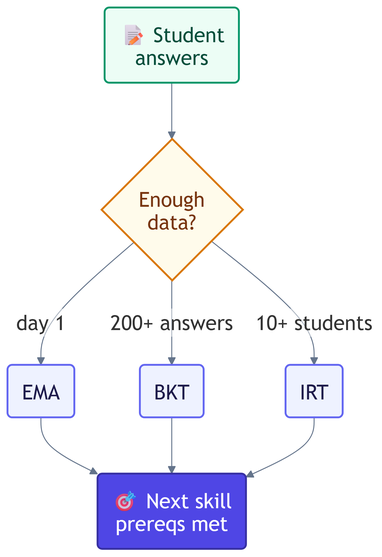
Above: docs/mermaid/ppt/pipeline-compact.png in adarsh-67r/Anvesh (Mermaid), before the change. Its source is kept beside it as docs/mermaid/ppt/pipeline-compact.mmd.
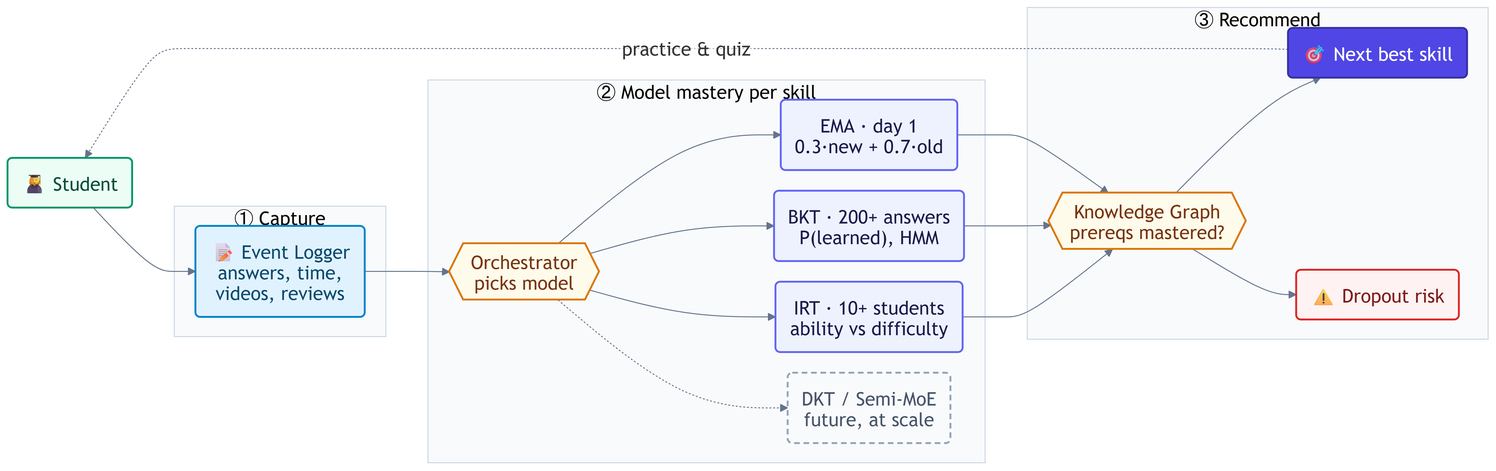
The same file after the commit.

Commit message:
Expand slide recommendation pipeline into capture, model and recommend stages

Diff of the diagram source:
```diff
@@ -1,18 +1,46 @@
-%%{init: {'theme': 'base', 'themeVariables': {'fontSize': '22px', 'lineColor': '#64748B', 'edgeLabelBackground': '#FFFFFF', 'textColor': '#334155'}, 'flowchart': {'nodeSpacing': 70, 'rankSpacing': 60, 'curve': 'basis'}}}%%
-flowchart TB
-    ANS("📝 Student<br/>answers") --> ORC{"Enough<br/>data?"}
-    ORC -->|day 1| EMA("EMA")
-    ORC -->|200+ answers| BKT("BKT")
-    ORC -->|10+ students| IRT("IRT")
-    EMA --> NEXT("🎯 Next skill<br/>prereqs met")
-    BKT --> NEXT
-    IRT --> NEXT
+%%{init: {'theme': 'base', 'themeVariables': {'fontSize': '20px', 'lineColor': '#64748B', 'edgeLabelBackground': '#FFFFFF', 'textColor': '#334155', 'clusterBkg': '#F8FAFC', 'clusterBorder': '#CBD5E1'}, 'flowchart': {'nodeSpacing': 22, 'rankSpacing': 45, 'curve': 'basis'}}}%%
+flowchart LR
+    STU("👩‍🎓 Student")
 
-    classDef input fill:#ECFDF5,stroke:#059669,stroke-width:2px,color:#064E3B
+    subgraph S1["① Capture"]
+        LOG("📝 Event Logger<br/>answers, time,<br/>videos, reviews")
+    end
+
+    subgraph S2["② Model mastery per skill"]
+        direction TB
+        ORC{{"Orchestrator<br/>picks model"}}
+        EMA("EMA · day 1<br/>0.3·new + 0.7·old")
+        BKT("BKT · 200+ answers<br/>P(learned), HMM")
+        IRT("IRT · 10+ students<br/>ability vs difficulty")
+        FUT("DKT / Semi-MoE<br/>future, at scale")
+    end
+
+    subgraph S3["③ Recommend"]
+        direction TB
+        KG{{"Knowledge Graph<br/>prereqs mastered?"}}
+        NEXT("🎯 Next best skill")
+        RISK("⚠️ Dropout risk")
+    end
+
+    STU --> LOG --> ORC
+    ORC --> IRT & BKT & EMA
+    ORC -.-> FUT
+    IRT & BKT & EMA --> KG
+    KG --> NEXT
+    KG --> RISK
+    NEXT -.->|practice & quiz| STU
+
+    classDef stu fill:#ECFDF5,stroke:#059669,stroke-width:2px,color:#064E3B
+    classDef log fill:#E0F2FE,stroke:#0284C7,stroke-width:2px,color:#0C4A6E
     classDef orch fill:#FFFBEB,stroke:#D97706,stroke-width:2px,color:#78350F
     classDef phase fill:#EEF2FF,stroke:#6366F1,stroke-width:2px,color:#1E1B4B
+    classDef future fill:#F8FAFC,stroke:#94A3B8,stroke-width:2px,stroke-dasharray: 6 4,color:#475569
     classDef hero fill:#4F46E5,stroke:#3730A3,stroke-width:2px,color:#FFFFFF
-    class ANS input
-    class ORC orch
+    classDef risk fill:#FEF2F2,stroke:#DC2626,stroke-width:2px,color:#7F1D1D
+    class STU stu
+    class LOG log
+    class ORC,KG orch
     class EMA,BKT,IRT phase
+    class FUT future
     class NEXT hero
+    class RISK risk
```
